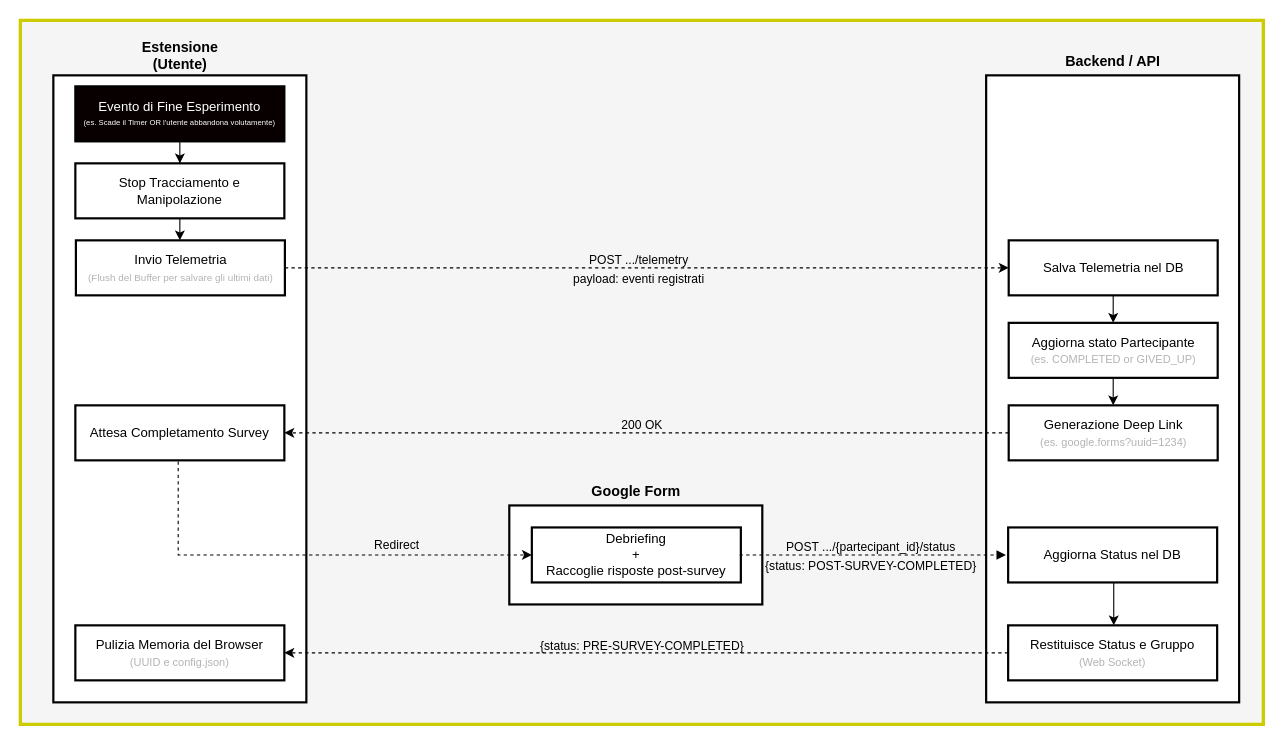
giamm025/iBEARer keeps this draw.io diagram as diagrams/deenrollment_flow.drawio. Above is the earlier version. Source tidied: cells renumbered, new cells numbered last; positions are measured from the earlier drawing's top-left corner, leaving out a move shared by most shapes. Both pictures are drawn from the tidied source at 110%, with x=0, y=0 at pixel (20, 20).
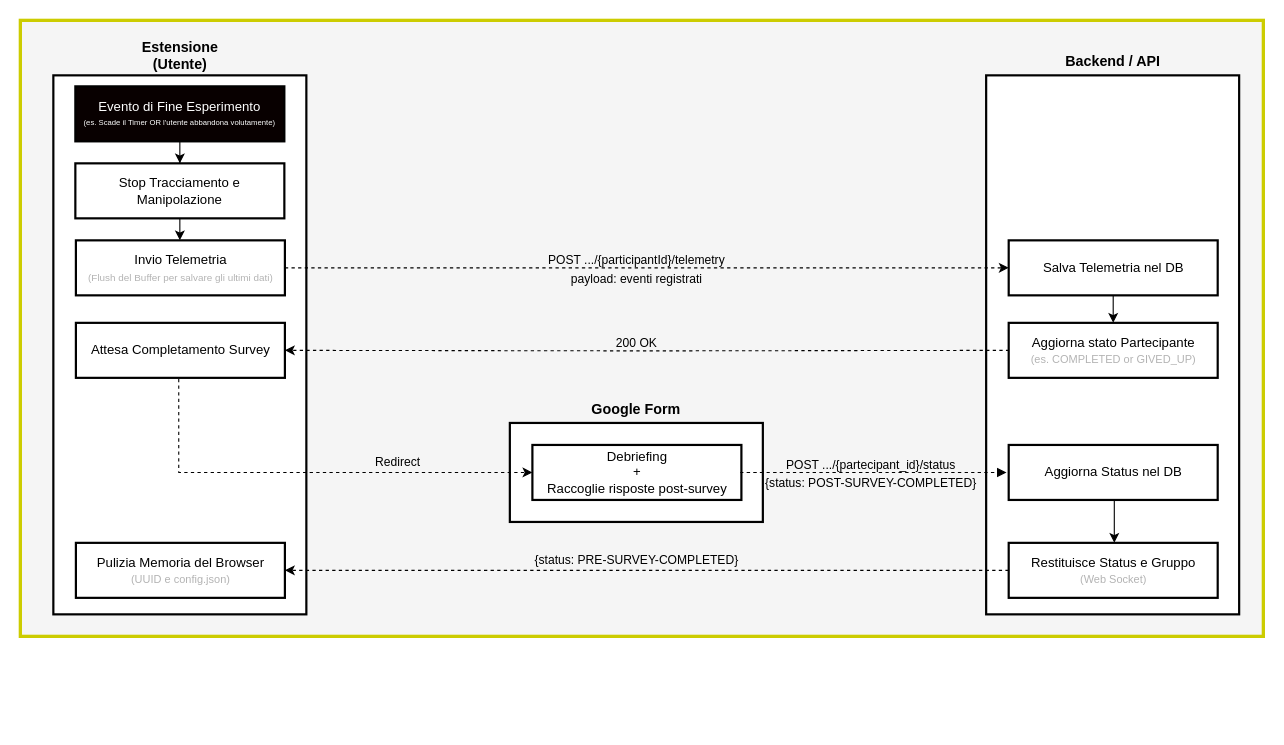
After the change.

Commit message (it also covers changes not shown here):
DIAG: Modificati leggermente i diagrammi

The change refers to these unchanged cells:
```xml
<mxCell id="13" style="jettySize=auto;html=1;entryX=0;entryY=0.5;entryDx=0;entryDy=0;dashed=1;" parent="1" edge="1" source="15" target="31">
  <mxGeometry relative="1" as="geometry" />
</mxCell>
<mxCell id="22" style="edgeStyle=orthogonalEdgeStyle;rounded=0;jettySize=auto;html=1;exitX=0;exitY=0.5;exitDx=0;exitDy=0;dashed=1;" parent="1" edge="1" source="34" target="19">
  <mxGeometry relative="1" as="geometry" />
</mxCell>
<mxCell id="29" value="Aggiorna stato Partecipante&lt;br&gt;&lt;font style=&quot;color: rgb(179, 179, 179); font-size: 10px;&quot;&gt;(es. COMPLETED or GIVED_UP)&lt;/font&gt;" style="whiteSpace=wrap;strokeWidth=2;rounded=0;html=1;" parent="1" vertex="1">
  <mxGeometry x="898.5" y="275" width="190" height="50" as="geometry" />
</mxCell>
```

Diff of the diagram source:
```diff
@@
     <mxCell id="2" style="rounded=0;whiteSpace=wrap;html=1;fillColor=#f5f5f5;fontColor=#333333;strokeColor=#CCCC00;strokeWidth=3;" parent="1" vertex="1">
-      <mxGeometry width="1130" height="640" as="geometry" />
+      <mxGeometry width="1130" height="560" as="geometry" />
     </mxCell>
     <mxCell id="3" style="whiteSpace=wrap;strokeWidth=2;rounded=0;" parent="1" vertex="1">
-      <mxGeometry x="444.5" y="441" width="230" height="90" as="geometry" />
+      <mxGeometry x="445" y="366" width="230" height="90" as="geometry" />
     </mxCell>
     <mxCell id="4" style="whiteSpace=wrap;strokeWidth=2;rounded=0;" parent="1" vertex="1">
-      <mxGeometry x="878" y="50" width="230" height="570" as="geometry" />
+      <mxGeometry x="878" y="50" width="230" height="490" as="geometry" />
     </mxCell>
     <mxCell id="5" value="Aggiorna Status nel DB" style="whiteSpace=wrap;strokeWidth=2;rounded=0;" parent="1" vertex="1">
-      <mxGeometry x="898" y="461" width="190" height="50" as="geometry" />
+      <mxGeometry x="898.5" y="386" width="190" height="50" as="geometry" />
     </mxCell>
@@
     <mxCell id="7" style="whiteSpace=wrap;strokeWidth=2;rounded=0;" parent="1" vertex="1">
-      <mxGeometry x="30" y="50" width="230" height="570" as="geometry" />
+      <mxGeometry x="30" y="50" width="230" height="490" as="geometry" />
     </mxCell>
@@
-    <mxCell id="14" value="&lt;div style=&quot;line-height: 150%;&quot;&gt;POST .../telemetry&lt;div&gt;payload: eventi registrati&lt;/div&gt;&lt;/div&gt;" style="edgeLabel;html=1;align=center;verticalAlign=middle;labelBackgroundColor=none;" parent="13" vertex="1">
+    <mxCell id="14" value="&lt;div style=&quot;line-height: 150%;&quot;&gt;POST .../{participantId}/telemetry&lt;div&gt;payload: eventi registrati&lt;/div&gt;&lt;/div&gt;" style="edgeLabel;html=1;align=center;verticalAlign=middle;labelBackgroundColor=none;" parent="13" vertex="1">
       <mxGeometry x="-0.8" relative="1" as="geometry">
-        <mxPoint x="255" as="offset" />
+        <mxPoint x="253" as="offset" />
       </mxGeometry>
     </mxCell>
@@
     <mxCell id="16" style="edgeStyle=orthogonalEdgeStyle;rounded=0;jettySize=auto;html=1;entryX=0;entryY=0.5;entryDx=0;entryDy=0;dashed=1;" parent="1" edge="1" target="21">
       <mxGeometry relative="1" as="geometry">
-        <mxPoint x="143.5" y="401" as="sourcePoint" />
+        <mxPoint x="144" y="326" as="sourcePoint" />
         <Array as="points">
-          <mxPoint x="143.5" y="486" />
+          <mxPoint x="144" y="411" />
         </Array>
       </mxGeometry>
     </mxCell>
@@
     <mxCell id="18" value="Attesa Completamento Survey" style="whiteSpace=wrap;strokeWidth=2;rounded=0;html=1;" parent="1" vertex="1">
-      <mxGeometry x="50" y="350" width="190" height="50" as="geometry" />
+      <mxGeometry x="50.5" y="275" width="190" height="50" as="geometry" />
     </mxCell>
     <mxCell id="19" value="&lt;font style=&quot;&quot;&gt;Pulizia Memoria del Browser&lt;br&gt;&lt;/font&gt;&lt;font style=&quot;color: rgb(179, 179, 179); font-size: 10px;&quot;&gt;(UUID e config.json)&lt;/font&gt;" style="whiteSpace=wrap;strokeWidth=2;rounded=0;html=1;" parent="1" vertex="1">
-      <mxGeometry x="50" y="550" width="190" height="50" as="geometry" />
+      <mxGeometry x="50.5" y="475" width="190" height="50" as="geometry" />
     </mxCell>
     <mxCell id="20" value="&lt;span style=&quot;color: rgb(0, 0, 0); font-family: Helvetica; font-style: normal; font-variant-ligatures: normal; font-variant-caps: normal; letter-spacing: normal; orphans: 2; text-align: center; text-indent: 0px; text-transform: none; widows: 2; word-spacing: 0px; -webkit-text-stroke-width: 0px; white-space: normal; text-decoration-thickness: initial; text-decoration-style: initial; text-decoration-color: initial; float: none; display: inline !important;&quot;&gt;&lt;b style=&quot;&quot;&gt;&lt;font style=&quot;font-size: 13px;&quot;&gt;Google Form&lt;/font&gt;&lt;/b&gt;&lt;/span&gt;" style="text;html=1;whiteSpace=wrap;strokeColor=none;fillColor=none;align=center;verticalAlign=middle;rounded=0;labelBackgroundColor=none;" parent="1" vertex="1">
-      <mxGeometry x="505.7" y="414.5" width="107.6" height="26.5" as="geometry" />
+      <mxGeometry x="506.2" y="339.5" width="107.6" height="26.5" as="geometry" />
     </mxCell>
     <mxCell id="21" value="Debriefing&#10;+&#10;Raccoglie risposte post-survey" style="whiteSpace=wrap;strokeWidth=2;rounded=0;" parent="1" vertex="1">
-      <mxGeometry x="465" y="461" width="190" height="50" as="geometry" />
+      <mxGeometry x="465.5" y="386" width="190" height="50" as="geometry" />
     </mxCell>
@@
     <mxCell id="23" value="&lt;div style=&quot;text-align: left;&quot;&gt;&lt;span&gt;{status: PRE-SURVEY-COMPLETED&lt;/span&gt;&lt;span style=&quot;color: light-dark(rgb(0, 0, 0), rgb(255, 255, 255));&quot;&gt;}&lt;/span&gt;&lt;/div&gt;" style="edgeLabel;html=1;align=center;verticalAlign=middle;labelBackgroundColor=none;" parent="22" vertex="1">
       <mxGeometry x="0.02" y="-1" relative="1" as="geometry">
-        <mxPoint x="2" y="-6" as="offset" />
+        <mxPoint x="-3" y="-9" as="offset" />
       </mxGeometry>
     </mxCell>
     <mxCell id="24" style="curved=1;startArrow=none;endArrow=block;exitX=1;exitY=0.5;entryX=0;entryY=0.5;rounded=0;entryDx=0;entryDy=0;exitDx=0;exitDy=0;labelBackgroundColor=none;dashed=1;" parent="1" edge="1">
       <mxGeometry x="0.19" y="5" relative="1" as="geometry">
-        <mxPoint x="654" y="486" as="sourcePoint" />
-        <mxPoint x="896" y="486" as="targetPoint" />
+        <mxPoint x="654.5" y="411" as="sourcePoint" />
+        <mxPoint x="896.5" y="411" as="targetPoint" />
       </mxGeometry>
     </mxCell>
@@
-    <mxCell id="26" style="edgeStyle=orthogonalEdgeStyle;jettySize=auto;html=1;entryX=1;entryY=0.5;entryDx=0;entryDy=0;dashed=1;exitX=0;exitY=0.5;exitDx=0;exitDy=0;" parent="1" edge="1" source="32" target="18">
-      <mxGeometry relative="1" as="geometry" />
+    <mxCell id="26" style="edgeStyle=orthogonalEdgeStyle;jettySize=auto;html=1;entryX=1;entryY=0.5;entryDx=0;entryDy=0;dashed=1;exitX=0;exitY=0.5;exitDx=0;exitDy=0;" parent="1" edge="1" target="18">
+      <mxGeometry relative="1" as="geometry">
+        <mxPoint x="899" y="300" as="sourcePoint" />
+      </mxGeometry>
     </mxCell>
     <mxCell id="27" value="200 OK" style="edgeLabel;html=1;align=center;verticalAlign=middle;labelBackgroundColor=none;" parent="26" vertex="1">
       <mxGeometry x="0.27" y="-1" relative="1" as="geometry">
-        <mxPoint x="84" y="-7" as="offset" />
+        <mxPoint x="78" y="-7" as="offset" />
       </mxGeometry>
     </mxCell>
-    <mxCell id="28" style="edgeStyle=orthogonalEdgeStyle;rounded=0;jettySize=auto;html=1;entryX=0.5;entryY=0;entryDx=0;entryDy=0;" parent="1" edge="1" source="29" target="32">
-      <mxGeometry relative="1" as="geometry" />
-    </mxCell>
@@
-    <mxCell id="32" value="Generazione Deep Link&lt;br&gt;&lt;font style=&quot;color: rgb(179, 179, 179); font-size: 10px;&quot;&gt;(es. google.forms?uuid=1234)&lt;/font&gt;" style="whiteSpace=wrap;strokeWidth=2;rounded=0;html=1;" parent="1" vertex="1">
-      <mxGeometry x="898.5" y="350" width="190" height="50" as="geometry" />
-    </mxCell>
     <mxCell id="33" style="edgeStyle=orthogonalEdgeStyle;rounded=0;jettySize=auto;html=1;exitX=0.5;exitY=1;exitDx=0;exitDy=0;" parent="1" edge="1" source="5" target="34">
       <mxGeometry relative="1" as="geometry">
         <Array as="points">
-          <mxPoint x="994" y="530" />
-          <mxPoint x="994" y="530" />
+          <mxPoint x="994.5" y="455" />
+          <mxPoint x="994.5" y="455" />
         </Array>
       </mxGeometry>
     </mxCell>
     <mxCell id="34" value="Restituisce Status e Gruppo&lt;br&gt;&lt;font style=&quot;font-size: 10px; color: rgb(179, 179, 179);&quot;&gt;(Web Socket)&lt;/font&gt;" style="whiteSpace=wrap;strokeWidth=2;html=1;" parent="1" vertex="1">
-      <mxGeometry x="898" y="550" width="190" height="50" as="geometry" />
+      <mxGeometry x="898.5" y="475" width="190" height="50" as="geometry" />
     </mxCell>
```
